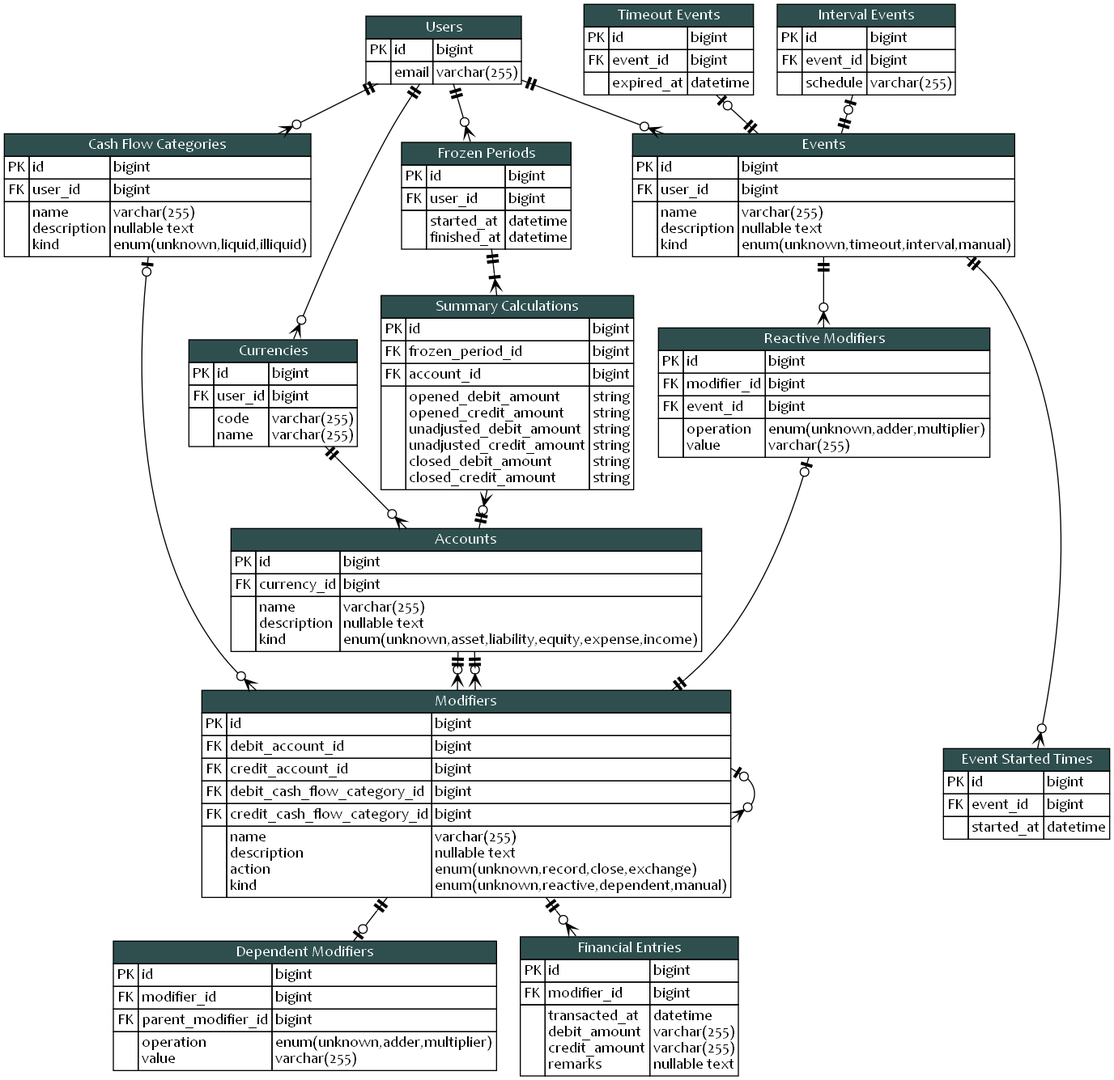
This is blueprint/erd.png from KennethTrecy/peratorakka_server, a Graphviz export, as it was before one commit. Its source is kept beside it as blueprint/erd.dot.
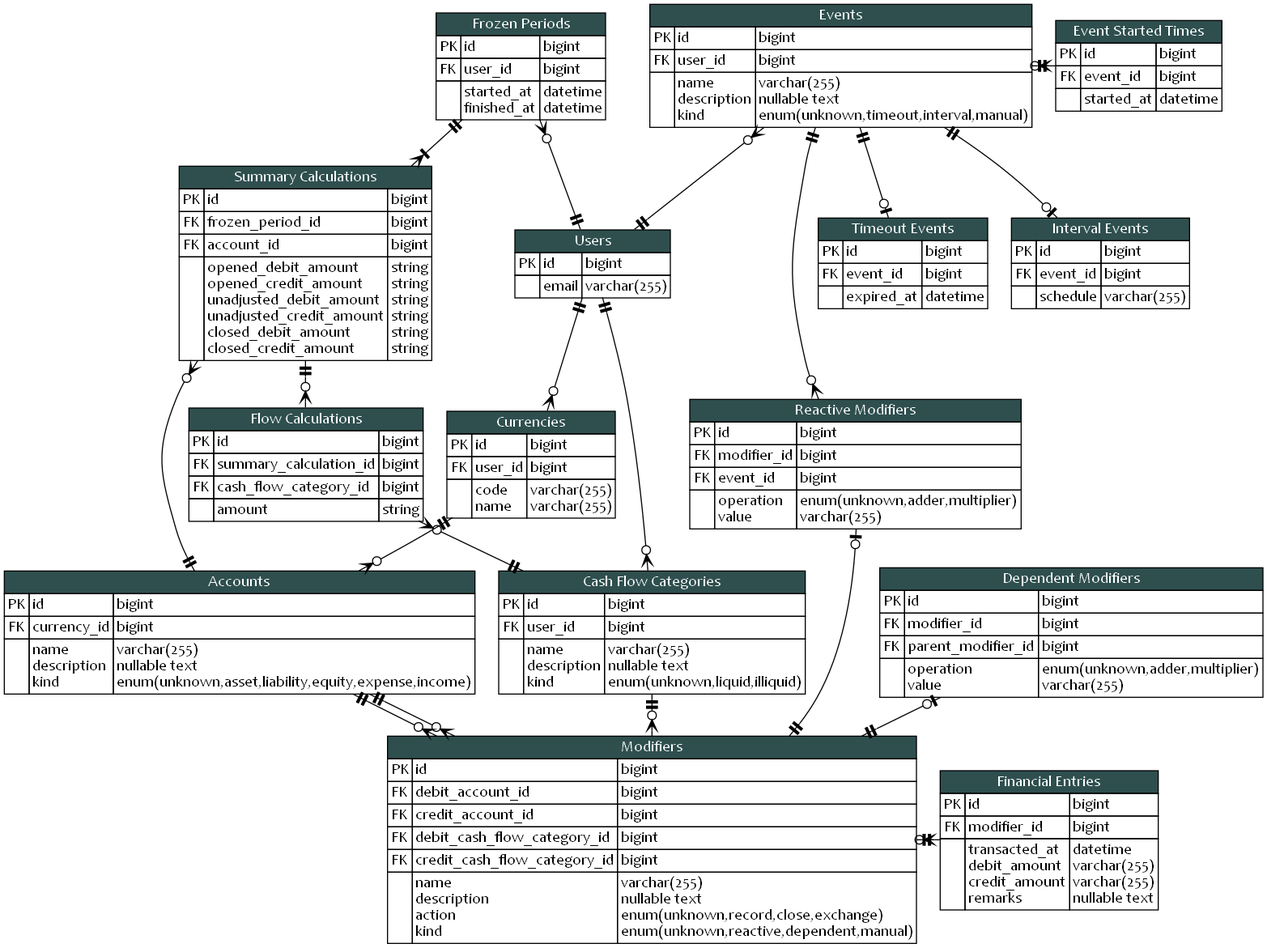
The same diagram one commit later.

Commit message:
docs(blueprint): include flow calculations

The edit, as a diff of the source:
```diff
@@ -521,6 +521,43 @@
 			</table>
 			>
 		]
+		flow_calculations [
+			label = <
+			<table cellspacing="0" border="0" cellborder="1">
+				<tr>
+					<td colspan="3" bgcolor="darkslategray">
+						<font color="white">
+							Flow Calculations
+						</font>
+					</td>
+				</tr>
+				<tr>
+					<td>PK</td>
+					<td align="left">id</td>
+					<td align="left">bigint</td>
+				</tr>
+				<tr>
+					<td>FK</td>
+					<td align="left">summary_calculation_id</td>
+					<td align="left">bigint</td>
+				</tr>
+				<tr>
+					<td>FK</td>
+					<td align="left">cash_flow_category_id</td>
+					<td align="left">bigint</td>
+				</tr>
+				<tr>
+					<td></td>
+					<td align="left">
+						amount<br align="left"/>
+					</td>
+					<td align="left">
+						string<br align="left"/>
+					</td>
+				</tr>
+			</table>
+			>
+		]
 	}
 
 	edge [ dir = "both" ]
@@ -544,6 +581,7 @@
 
 		users -> currencies
 		users -> cash_flow_categories
+		cash_flow_categories -> flow_calculations
 		currencies -> accounts
 		users -> events
 		accounts -> modifiers
@@ -553,6 +591,8 @@
 		modifiers -> financial_entries
 		users -> frozen_periods
 		accounts -> summary_calculations
+		cash_flow_categories -> modifiers
+		summary_calculations -> flow_calculations
 	}
 
 	{
@@ -560,9 +600,6 @@
 			arrowhead = nonecrowodot
 			arrowtail = noneteeodot
 		]
-
-		modifiers -> modifiers
-		cash_flow_categories -> modifiers
 	}
 
 	{
@@ -576,39 +613,41 @@
 
 	{
 		rank = source;
-		timeout_events
-		interval_events
-		users
+		events
+		frozen_periods
+		event_started_times
 	}
 
 	{
 		rank = same;
-		events
-		frozen_periods
-		cash_flow_categories
+		users
+		interval_events
+		timeout_events
+		summary_calculations
 	}
 
 	{
 		rank = same;
 		currencies
+		flow_calculations
 		reactive_modifiers
-		summary_calculations
 	}
 
 	{
 		rank = same;
 		accounts
+		cash_flow_categories
+		dependent_modifiers
 	}
 
 	{
 		rank = same;
 		modifiers
-		event_started_times
+
+		financial_entries
 	}
 
 	{
 		rank = sink;
-		dependent_modifiers
-		financial_entries
 	}
 }
```
